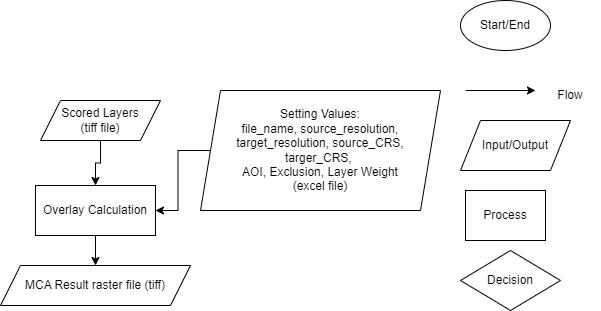
Above: flowchart.png in chungkang/MCA (draw.io), before the change. Source tidied: cells renumbered, new cells last; positions are measured from the earlier drawing's top-left corner, leaving out a move shared by most shapes.
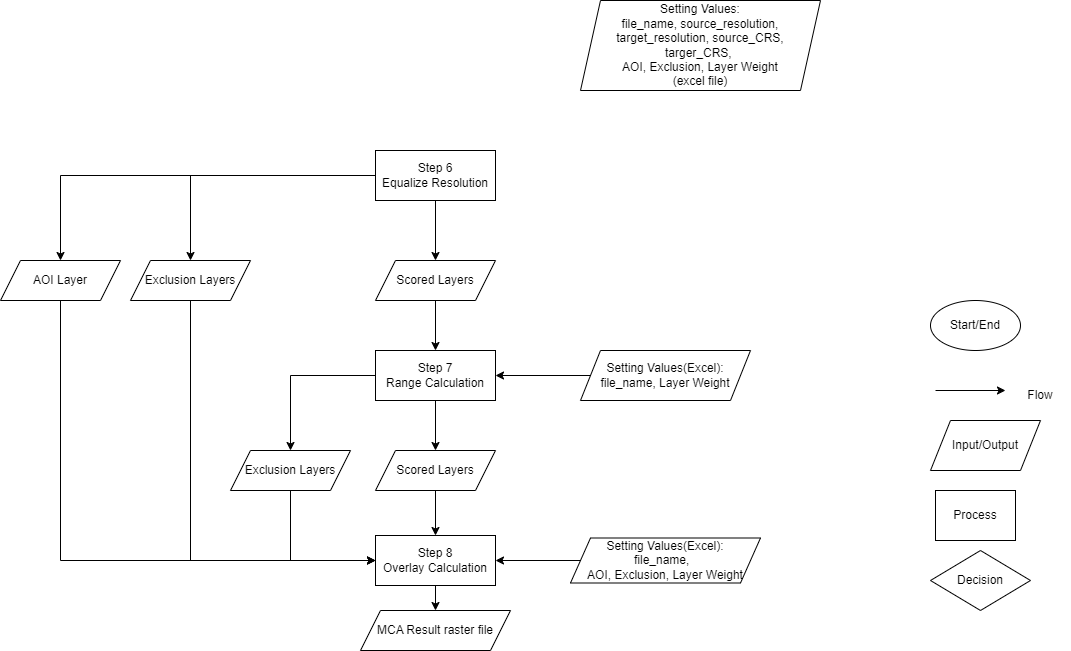
The same file after the commit.

Commit message:
modify range calculation

Diff of the diagram source:
```diff
@@ -23,26 +23,92 @@
     <mxCell id="7" value="Decision" style="rhombus;whiteSpace=wrap;html=1;rounded=0;labelBackgroundColor=none;" parent="1" vertex="1">
       <mxGeometry x="460" y="250" width="100" height="60" as="geometry" />
     </mxCell>
-    <mxCell id="8" value="MCA Result raster file (tiff)" style="shape=parallelogram;perimeter=parallelogramPerimeter;whiteSpace=wrap;html=1;fixedSize=1;rounded=0;labelBackgroundColor=none;" parent="1" vertex="1">
-      <mxGeometry y="265" width="190" height="40" as="geometry" />
+    <mxCell id="8" value="MCA Result raster file" style="shape=parallelogram;perimeter=parallelogramPerimeter;whiteSpace=wrap;html=1;fixedSize=1;rounded=0;labelBackgroundColor=none;" parent="1" vertex="1">
+      <mxGeometry x="-110" y="310" width="150" height="40" as="geometry" />
     </mxCell>
     <mxCell id="9" style="edgeStyle=orthogonalEdgeStyle;rounded=0;jettySize=auto;html=1;entryX=0.5;entryY=0;entryDx=0;entryDy=0;labelBackgroundColor=none;fontColor=default;" parent="1" edge="1" source="10" target="8">
       <mxGeometry relative="1" as="geometry" />
     </mxCell>
-    <mxCell id="10" value="Overlay Calculation" style="rounded=0;whiteSpace=wrap;html=1;labelBackgroundColor=none;" parent="1" vertex="1">
-      <mxGeometry x="35" y="185" width="120" height="50" as="geometry" />
+    <mxCell id="10" value="Step 8&lt;br&gt;Overlay Calculation" style="rounded=0;whiteSpace=wrap;html=1;labelBackgroundColor=none;" parent="1" vertex="1">
+      <mxGeometry x="-95" y="235" width="120" height="50" as="geometry" />
     </mxCell>
     <mxCell id="11" style="edgeStyle=orthogonalEdgeStyle;rounded=0;jettySize=auto;html=1;entryX=1;entryY=0.5;entryDx=0;entryDy=0;labelBackgroundColor=none;fontColor=default;" parent="1" edge="1" source="12" target="10">
       <mxGeometry relative="1" as="geometry" />
     </mxCell>
-    <mxCell id="12" value="Setting Values:&lt;br&gt;&lt;div style=&quot;&quot;&gt;&lt;span style=&quot;background-color: initial;&quot;&gt;file_name, source_resolution, target_resolution, source_CRS, targer_CRS,&amp;nbsp;&lt;/span&gt;&lt;/div&gt;&lt;div style=&quot;&quot;&gt;&lt;span style=&quot;background-color: initial;&quot;&gt;AOI, Exclusion, Layer Weight&lt;/span&gt;&lt;/div&gt;(excel file)" style="shape=parallelogram;perimeter=parallelogramPerimeter;whiteSpace=wrap;html=1;fixedSize=1;rounded=0;labelBackgroundColor=none;" parent="1" vertex="1">
-      <mxGeometry x="200" y="90" width="240" height="120" as="geometry" />
+    <mxCell id="12" value="Setting Values(Excel):&lt;br&gt;&lt;div style=&quot;&quot;&gt;&lt;span style=&quot;background-color: initial;&quot;&gt;file_name,&amp;nbsp;&amp;nbsp;&lt;/span&gt;&lt;/div&gt;&lt;div style=&quot;&quot;&gt;&lt;span style=&quot;background-color: initial;&quot;&gt;AOI, Exclusion, Layer Weight&lt;/span&gt;&lt;/div&gt;" style="shape=parallelogram;perimeter=parallelogramPerimeter;whiteSpace=wrap;html=1;fixedSize=1;rounded=0;labelBackgroundColor=none;" parent="1" vertex="1">
+      <mxGeometry x="100" y="237.5" width="190" height="45" as="geometry" />
     </mxCell>
     <mxCell id="13" style="edgeStyle=orthogonalEdgeStyle;rounded=0;jettySize=auto;html=1;entryX=0.5;entryY=0;entryDx=0;entryDy=0;labelBackgroundColor=none;fontColor=default;" parent="1" edge="1" source="14" target="10">
       <mxGeometry relative="1" as="geometry" />
     </mxCell>
-    <mxCell id="14" value="Scored Layers&lt;br&gt;(tiff file)" style="shape=parallelogram;perimeter=parallelogramPerimeter;whiteSpace=wrap;html=1;fixedSize=1;rounded=0;labelBackgroundColor=none;" parent="1" vertex="1">
-      <mxGeometry x="40" y="100" width="120" height="40" as="geometry" />
+    <mxCell id="14" value="Scored Layers" style="shape=parallelogram;perimeter=parallelogramPerimeter;whiteSpace=wrap;html=1;fixedSize=1;rounded=0;labelBackgroundColor=none;" parent="1" vertex="1">
+      <mxGeometry x="-95" y="150" width="120" height="40" as="geometry" />
     </mxCell>
+    <mxCell id="15" style="edgeStyle=orthogonalEdgeStyle;rounded=0;jettySize=auto;html=1;entryX=0.5;entryY=0;entryDx=0;entryDy=0;" parent="1" edge="1" source="17" target="14">
+      <mxGeometry relative="1" as="geometry" />
+    </mxCell>
+    <mxCell id="16" style="edgeStyle=orthogonalEdgeStyle;rounded=0;jettySize=auto;html=1;entryX=0.5;entryY=0;entryDx=0;entryDy=0;" parent="1" edge="1" source="17" target="32">
+      <mxGeometry relative="1" as="geometry" />
+    </mxCell>
+    <mxCell id="17" value="Step 7&lt;br&gt;Range Calculation" style="rounded=0;whiteSpace=wrap;html=1;labelBackgroundColor=none;" parent="1" vertex="1">
+      <mxGeometry x="-95" y="50" width="120" height="50" as="geometry" />
+    </mxCell>
+    <mxCell id="18" style="edgeStyle=orthogonalEdgeStyle;rounded=0;jettySize=auto;html=1;entryX=0.5;entryY=0;entryDx=0;entryDy=0;" parent="1" edge="1" source="21" target="25">
+      <mxGeometry relative="1" as="geometry" />
+    </mxCell>
+    <mxCell id="19" style="edgeStyle=orthogonalEdgeStyle;rounded=0;jettySize=auto;html=1;entryX=0.5;entryY=0;entryDx=0;entryDy=0;" parent="1" edge="1" source="21" target="23">
+      <mxGeometry relative="1" as="geometry" />
+    </mxCell>
+    <mxCell id="20" style="edgeStyle=orthogonalEdgeStyle;rounded=0;jettySize=auto;html=1;entryX=0.5;entryY=0;entryDx=0;entryDy=0;" parent="1" edge="1" source="21" target="30">
+      <mxGeometry relative="1" as="geometry" />
+    </mxCell>
+    <mxCell id="21" value="Step 6&lt;br&gt;Equalize Resolution" style="rounded=0;whiteSpace=wrap;html=1;labelBackgroundColor=none;" parent="1" vertex="1">
+      <mxGeometry x="-95" y="-150" width="120" height="50" as="geometry" />
+    </mxCell>
+    <mxCell id="22" style="edgeStyle=orthogonalEdgeStyle;rounded=0;jettySize=auto;html=1;entryX=0.5;entryY=0;entryDx=0;entryDy=0;" parent="1" edge="1" source="23" target="17">
+      <mxGeometry relative="1" as="geometry" />
+    </mxCell>
+    <mxCell id="23" value="Scored Layers" style="shape=parallelogram;perimeter=parallelogramPerimeter;whiteSpace=wrap;html=1;fixedSize=1;rounded=0;labelBackgroundColor=none;" parent="1" vertex="1">
+      <mxGeometry x="-95" y="-40" width="120" height="40" as="geometry" />
+    </mxCell>
+    <mxCell id="24" style="edgeStyle=orthogonalEdgeStyle;rounded=0;jettySize=auto;html=1;entryX=0;entryY=0.5;entryDx=0;entryDy=0;" parent="1" edge="1" source="25" target="10">
+      <mxGeometry relative="1" as="geometry">
+        <Array as="points">
+          <mxPoint x="-280" y="260" />
+        </Array>
+      </mxGeometry>
+    </mxCell>
+    <mxCell id="25" value="Exclusion Layers" style="shape=parallelogram;perimeter=parallelogramPerimeter;whiteSpace=wrap;html=1;fixedSize=1;rounded=0;labelBackgroundColor=none;" parent="1" vertex="1">
+      <mxGeometry x="-340" y="-40" width="120" height="40" as="geometry" />
+    </mxCell>
+    <mxCell id="26" style="edgeStyle=orthogonalEdgeStyle;rounded=0;jettySize=auto;html=1;entryX=1;entryY=0.5;entryDx=0;entryDy=0;" parent="1" edge="1" source="27" target="17">
+      <mxGeometry relative="1" as="geometry" />
+    </mxCell>
+    <mxCell id="27" value="Setting Values(Excel):&lt;br&gt;&lt;div style=&quot;&quot;&gt;&lt;span style=&quot;background-color: initial;&quot;&gt;file_name,&amp;nbsp;&lt;/span&gt;&lt;span style=&quot;background-color: initial;&quot;&gt;Layer Weight&lt;/span&gt;&lt;/div&gt;" style="shape=parallelogram;perimeter=parallelogramPerimeter;whiteSpace=wrap;html=1;fixedSize=1;rounded=0;labelBackgroundColor=none;" parent="1" vertex="1">
+      <mxGeometry x="110" y="50" width="170" height="50" as="geometry" />
+    </mxCell>
+    <mxCell id="28" value="Setting Values:&lt;br&gt;&lt;div style=&quot;&quot;&gt;&lt;span style=&quot;background-color: initial;&quot;&gt;file_name, source_resolution, target_resolution, source_CRS, targer_CRS,&amp;nbsp;&lt;/span&gt;&lt;/div&gt;&lt;div style=&quot;&quot;&gt;&lt;span style=&quot;background-color: initial;&quot;&gt;AOI, Exclusion, Layer Weight&lt;/span&gt;&lt;/div&gt;(excel file)" style="shape=parallelogram;perimeter=parallelogramPerimeter;whiteSpace=wrap;html=1;fixedSize=1;rounded=0;labelBackgroundColor=none;" parent="1" vertex="1">
+      <mxGeometry x="110" y="-300" width="240" height="90" as="geometry" />
+    </mxCell>
+    <mxCell id="29" style="edgeStyle=orthogonalEdgeStyle;rounded=0;jettySize=auto;html=1;entryX=0;entryY=0.5;entryDx=0;entryDy=0;" parent="1" edge="1" source="30" target="10">
+      <mxGeometry relative="1" as="geometry">
+        <Array as="points">
+          <mxPoint x="-410" y="260" />
+        </Array>
+      </mxGeometry>
+    </mxCell>
+    <mxCell id="30" value="AOI Layer" style="shape=parallelogram;perimeter=parallelogramPerimeter;whiteSpace=wrap;html=1;fixedSize=1;rounded=0;labelBackgroundColor=none;" parent="1" vertex="1">
+      <mxGeometry x="-470" y="-40" width="120" height="40" as="geometry" />
+    </mxCell>
+    <mxCell id="31" style="edgeStyle=orthogonalEdgeStyle;rounded=0;jettySize=auto;html=1;entryX=0;entryY=0.5;entryDx=0;entryDy=0;" parent="1" edge="1" source="32" target="10">
+      <mxGeometry relative="1" as="geometry">
+        <Array as="points">
+          <mxPoint x="-180" y="260" />
+        </Array>
+      </mxGeometry>
+    </mxCell>
+    <mxCell id="32" value="Exclusion Layers" style="shape=parallelogram;perimeter=parallelogramPerimeter;whiteSpace=wrap;html=1;fixedSize=1;rounded=0;labelBackgroundColor=none;" parent="1" vertex="1">
+      <mxGeometry x="-240" y="150" width="120" height="40" as="geometry" />
+    </mxCell>
   </root>
 </mxGraphModel>
```
